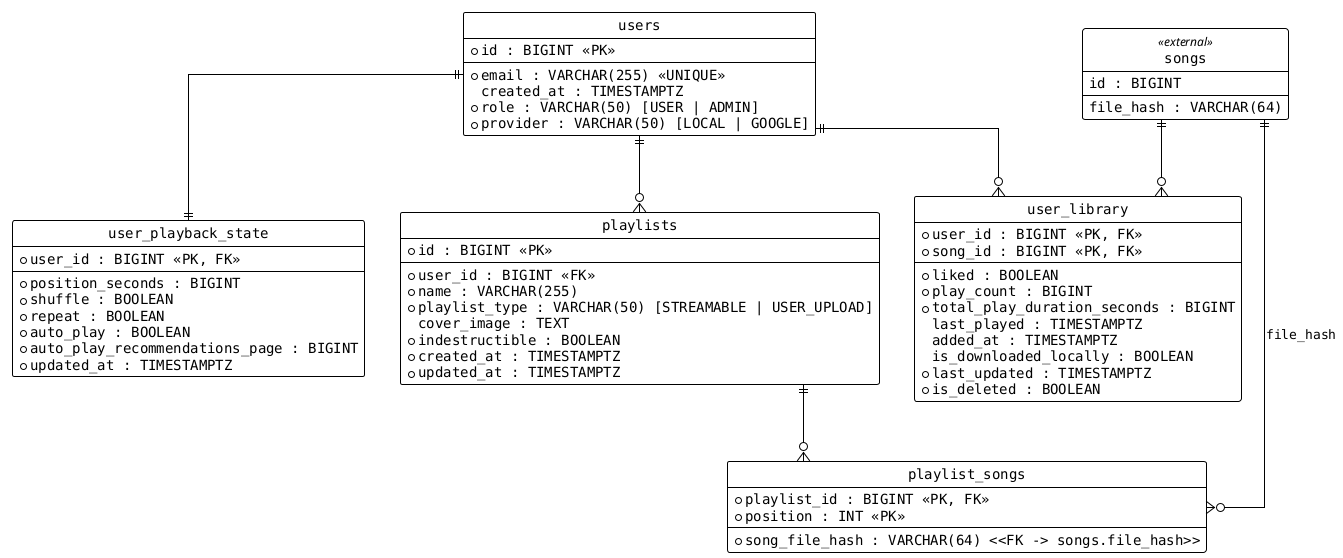
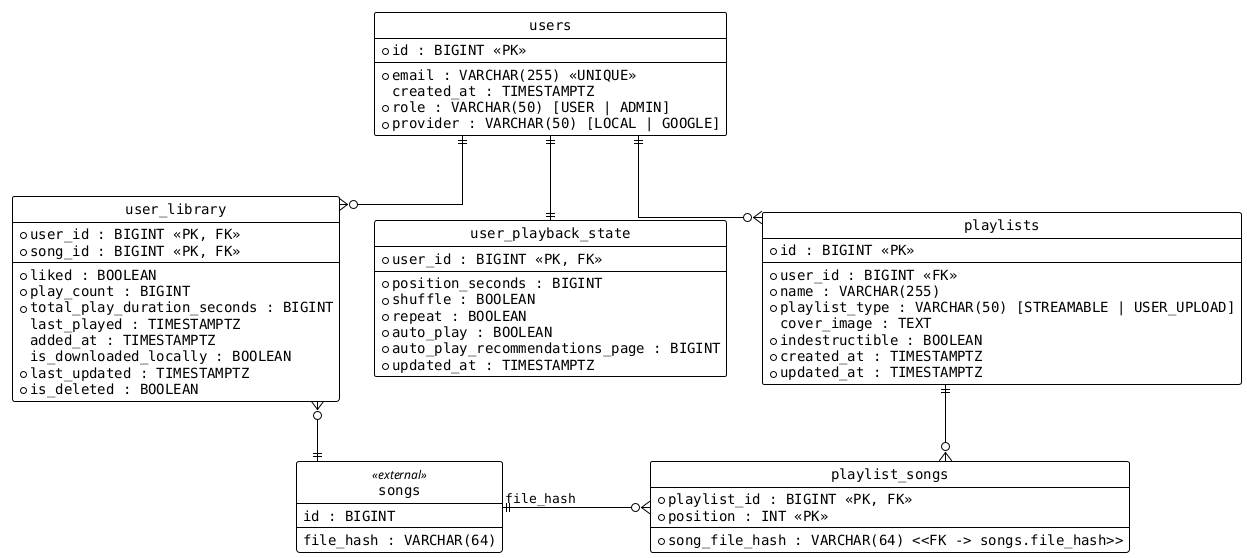
@startuml db_schema_user
!theme plain
hide circle
skinparam linetype ortho
skinparam defaultFontName monospaced

entity "users" as users {
  * id : BIGINT <<PK>>
  --
  * email : VARCHAR(255) <<UNIQUE>>
  created_at : TIMESTAMPTZ
  * role : VARCHAR(50) [USER | ADMIN]
  * provider : VARCHAR(50) [LOCAL | GOOGLE]
}

entity "user_library" as user_library {
  * user_id : BIGINT <<PK, FK>>
  * song_id : BIGINT <<PK, FK>>
  --
  * liked : BOOLEAN
  * play_count : BIGINT
  * total_play_duration_seconds : BIGINT
  last_played : TIMESTAMPTZ
  added_at : TIMESTAMPTZ
  is_downloaded_locally : BOOLEAN
  * last_updated : TIMESTAMPTZ
  * is_deleted : BOOLEAN
}

entity "user_playback_state" as user_playback_state {
  * user_id : BIGINT <<PK, FK>>
  --
  * position_seconds : BIGINT
  * shuffle : BOOLEAN
  * repeat : BOOLEAN
  * auto_play : BOOLEAN
  * auto_play_recommendations_page : BIGINT
  * updated_at : TIMESTAMPTZ
}

entity "playlists" as playlists {
  * id : BIGINT <<PK>>
  --
  * user_id : BIGINT <<FK>>
  * name : VARCHAR(255)
  * playlist_type : VARCHAR(50) [STREAMABLE | USER_UPLOAD]
  cover_image : TEXT
  * indestructible : BOOLEAN
  * created_at : TIMESTAMPTZ
  * updated_at : TIMESTAMPTZ
}

entity "playlist_songs" as playlist_songs {
  * playlist_id : BIGINT <<PK, FK>>
  * position : INT <<PK>>
  --
  * song_file_hash : VARCHAR(64) <<FK -> songs.file_hash>>
}

entity "songs" as songs <<external>> {
  id : BIGINT
  file_hash : VARCHAR(64)
}

users ||--o{ user_library
- songs ||--o{ user_library
+ songs ||-up-o{ user_library

users ||--|| user_playback_state

users     ||--o{ playlists
playlists ||--o{ playlist_songs
- songs     ||--o{ playlist_songs : "file_hash"
+ songs     ||-right-o{ playlist_songs : "file_hash"

@enduml
